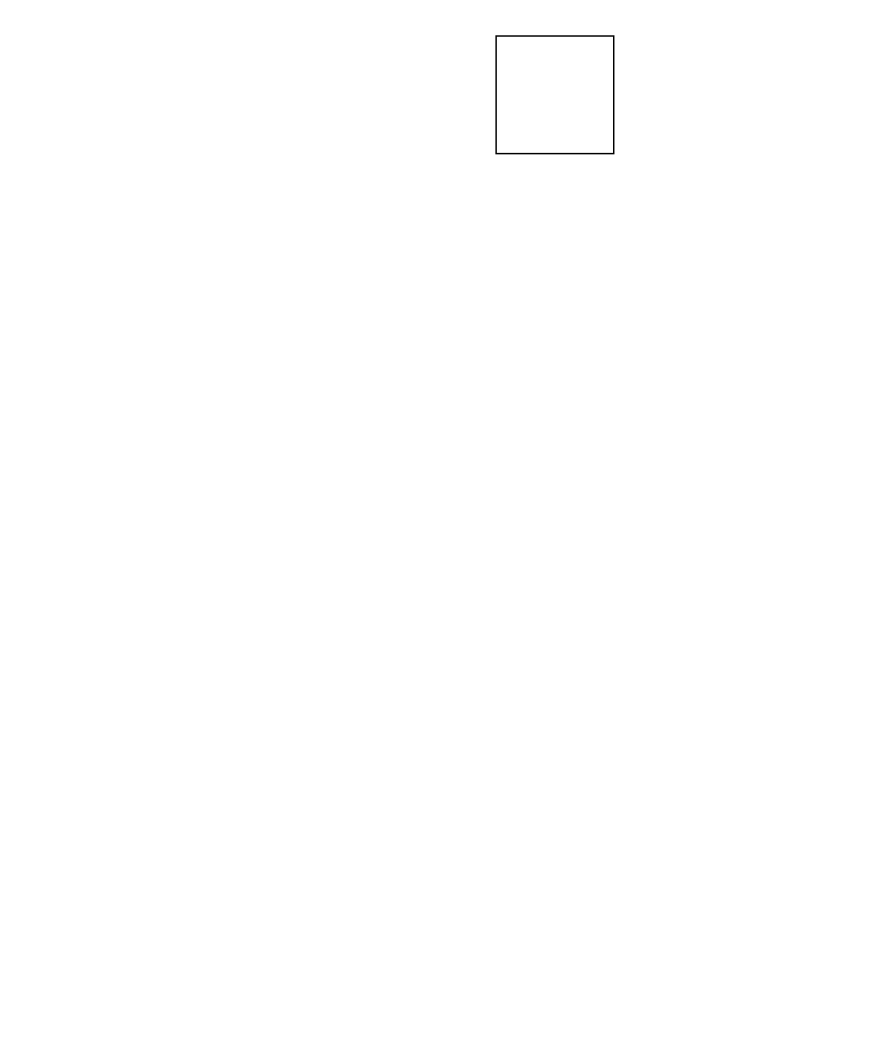
The draw.io diagram Başlıksız Diyagram.drawio in KaanAkcan1/Charts, before the edit. Source tidied: cells renumbered, new cells numbered last; positions are measured from the earlier drawing's top-left corner, leaving out a move shared by most shapes. Both pictures are drawn from the tidied source at 147%, with x=0, y=0 at pixel (495, 35).
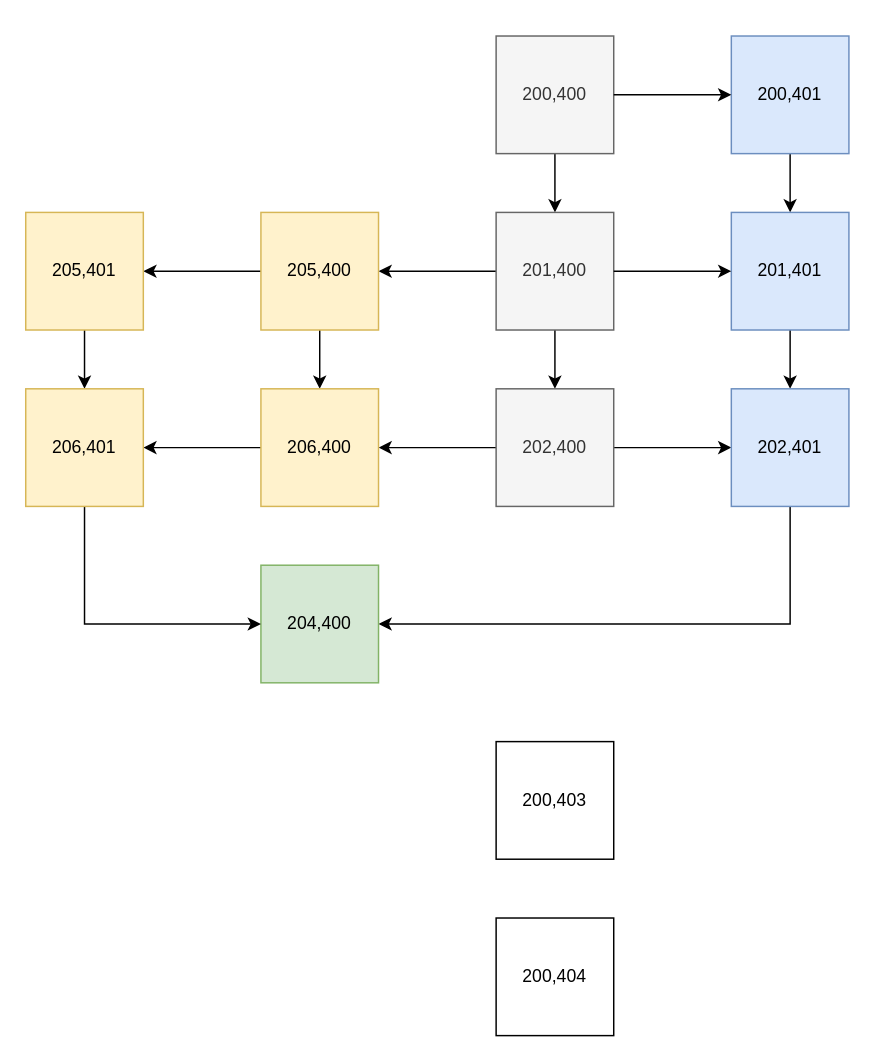
The same diagram, later.

What changed in the source:
```diff
@@
+    <mxCell id="3" style="edgeStyle=orthogonalEdgeStyle;rounded=0;jettySize=auto;html=1;entryX=0.5;entryY=0;entryDx=0;entryDy=0;" parent="1" edge="1" target="9">
+      <mxGeometry relative="1" as="geometry">
+        <mxPoint x="160" y="40" as="sourcePoint" />
+        <Array as="points">
+          <mxPoint x="200" y="40" />
+        </Array>
+      </mxGeometry>
+    </mxCell>
+    <mxCell id="4" style="edgeStyle=orthogonalEdgeStyle;rounded=0;jettySize=auto;html=1;entryX=0.5;entryY=0;entryDx=0;entryDy=0;" parent="1" edge="1" source="2" target="7">
+      <mxGeometry relative="1" as="geometry" />
+    </mxCell>
-    <mxCell id="2" style="whiteSpace=wrap;html=1;" parent="1" vertex="1">
+    <mxCell id="2" value="200,400" style="whiteSpace=wrap;html=1;fillColor=#f5f5f5;fontColor=#333333;strokeColor=#666666;" parent="1" vertex="1">
       <mxGeometry width="80" height="80" as="geometry" />
     </mxCell>
+    <mxCell id="5" style="edgeStyle=orthogonalEdgeStyle;rounded=0;jettySize=auto;html=1;" parent="1" edge="1" source="7" target="12">
+      <mxGeometry relative="1" as="geometry" />
+    </mxCell>
+    <mxCell id="6" style="edgeStyle=orthogonalEdgeStyle;rounded=0;jettySize=auto;html=1;entryX=1;entryY=0.5;entryDx=0;entryDy=0;" parent="1" edge="1" source="7" target="21">
+      <mxGeometry relative="1" as="geometry" />
+    </mxCell>
+    <mxCell id="7" value="201,400" style="whiteSpace=wrap;html=1;fillColor=#f5f5f5;fontColor=#333333;strokeColor=#666666;" parent="1" vertex="1">
+      <mxGeometry y="120" width="80" height="80" as="geometry" />
+    </mxCell>
+    <mxCell id="8" style="edgeStyle=orthogonalEdgeStyle;rounded=0;jettySize=auto;html=1;" parent="1" edge="1" source="9" target="14">
+      <mxGeometry relative="1" as="geometry" />
+    </mxCell>
+    <mxCell id="9" value="200,401" style="whiteSpace=wrap;html=1;fillColor=#dae8fc;strokeColor=#6c8ebf;" parent="1" vertex="1">
+      <mxGeometry x="160" width="80" height="80" as="geometry" />
+    </mxCell>
+    <mxCell id="10" style="edgeStyle=orthogonalEdgeStyle;rounded=0;jettySize=auto;html=1;" parent="1" edge="1" source="12" target="16">
+      <mxGeometry relative="1" as="geometry" />
+    </mxCell>
+    <mxCell id="11" style="edgeStyle=orthogonalEdgeStyle;rounded=0;jettySize=auto;html=1;entryX=1;entryY=0.5;entryDx=0;entryDy=0;" parent="1" edge="1" source="12" target="23">
+      <mxGeometry relative="1" as="geometry" />
+    </mxCell>
+    <mxCell id="12" value="202,400" style="whiteSpace=wrap;html=1;fillColor=#f5f5f5;fontColor=#333333;strokeColor=#666666;" parent="1" vertex="1">
+      <mxGeometry y="240" width="80" height="80" as="geometry" />
+    </mxCell>
+    <mxCell id="13" style="edgeStyle=orthogonalEdgeStyle;rounded=0;jettySize=auto;html=1;" parent="1" edge="1" source="14" target="16">
+      <mxGeometry relative="1" as="geometry" />
+    </mxCell>
+    <mxCell id="14" value="201,401" style="whiteSpace=wrap;html=1;fillColor=#dae8fc;strokeColor=#6c8ebf;" parent="1" vertex="1">
+      <mxGeometry x="160" y="120" width="80" height="80" as="geometry" />
+    </mxCell>
+    <mxCell id="15" style="edgeStyle=orthogonalEdgeStyle;rounded=0;jettySize=auto;html=1;entryX=1;entryY=0.5;entryDx=0;entryDy=0;" parent="1" edge="1" source="16" target="17">
+      <mxGeometry relative="1" as="geometry">
+        <Array as="points">
+          <mxPoint x="200" y="400" />
+        </Array>
+      </mxGeometry>
+    </mxCell>
+    <mxCell id="16" value="202,401" style="whiteSpace=wrap;html=1;fillColor=#dae8fc;strokeColor=#6c8ebf;" parent="1" vertex="1">
+      <mxGeometry x="160" y="240" width="80" height="80" as="geometry" />
+    </mxCell>
+    <mxCell id="17" value="204,400" style="whiteSpace=wrap;html=1;fillColor=#d5e8d4;strokeColor=#82b366;" parent="1" vertex="1">
+      <mxGeometry x="-160" y="360" width="80" height="80" as="geometry" />
+    </mxCell>
+    <mxCell id="18" style="edgeStyle=orthogonalEdgeStyle;rounded=0;jettySize=auto;html=1;entryX=0;entryY=0.5;entryDx=0;entryDy=0;" parent="1" edge="1" source="7" target="14">
+      <mxGeometry relative="1" as="geometry">
+        <Array as="points">
+          <mxPoint x="140" y="160" />
+          <mxPoint x="140" y="160" />
+        </Array>
+      </mxGeometry>
+    </mxCell>
+    <mxCell id="19" style="edgeStyle=orthogonalEdgeStyle;rounded=0;jettySize=auto;html=1;" parent="1" edge="1" source="21" target="23">
+      <mxGeometry relative="1" as="geometry" />
+    </mxCell>
+    <mxCell id="20" style="edgeStyle=orthogonalEdgeStyle;rounded=0;jettySize=auto;html=1;entryX=1;entryY=0.5;entryDx=0;entryDy=0;" parent="1" edge="1" source="21" target="25">
+      <mxGeometry relative="1" as="geometry" />
+    </mxCell>
+    <mxCell id="21" value="205,400" style="whiteSpace=wrap;html=1;fillColor=#fff2cc;strokeColor=#d6b656;" parent="1" vertex="1">
+      <mxGeometry x="-160" y="120" width="80" height="80" as="geometry" />
+    </mxCell>
+    <mxCell id="22" style="edgeStyle=orthogonalEdgeStyle;rounded=0;jettySize=auto;html=1;" parent="1" edge="1" source="23" target="27">
+      <mxGeometry relative="1" as="geometry" />
+    </mxCell>
+    <mxCell id="23" value="206,400" style="whiteSpace=wrap;html=1;fillColor=#fff2cc;strokeColor=#d6b656;" parent="1" vertex="1">
+      <mxGeometry x="-160" y="240" width="80" height="80" as="geometry" />
+    </mxCell>
+    <mxCell id="24" style="edgeStyle=orthogonalEdgeStyle;rounded=0;jettySize=auto;html=1;" parent="1" edge="1" source="25" target="27">
+      <mxGeometry relative="1" as="geometry" />
+    </mxCell>
+    <mxCell id="25" value="205,401" style="whiteSpace=wrap;html=1;fillColor=#fff2cc;strokeColor=#d6b656;" parent="1" vertex="1">
+      <mxGeometry x="-320" y="120" width="80" height="80" as="geometry" />
+    </mxCell>
+    <mxCell id="26" style="edgeStyle=orthogonalEdgeStyle;rounded=0;jettySize=auto;html=1;entryX=0;entryY=0.5;entryDx=0;entryDy=0;" parent="1" edge="1" source="27" target="17">
+      <mxGeometry relative="1" as="geometry">
+        <Array as="points">
+          <mxPoint x="-280" y="400" />
+        </Array>
+      </mxGeometry>
+    </mxCell>
+    <mxCell id="27" value="206,401" style="whiteSpace=wrap;html=1;fillColor=#fff2cc;strokeColor=#d6b656;" parent="1" vertex="1">
+      <mxGeometry x="-320" y="240" width="80" height="80" as="geometry" />
+    </mxCell>
+    <mxCell id="28" style="edgeStyle=orthogonalEdgeStyle;rounded=0;jettySize=auto;html=1;entryX=0;entryY=0.5;entryDx=0;entryDy=0;" parent="1" edge="1" source="2" target="9">
+      <mxGeometry relative="1" as="geometry" />
+    </mxCell>
+    <mxCell id="29" value="200,403" style="whiteSpace=wrap;html=1;" parent="1" vertex="1">
+      <mxGeometry y="480" width="80" height="80" as="geometry" />
+    </mxCell>
+    <mxCell id="30" value="200,404" style="whiteSpace=wrap;html=1;" parent="1" vertex="1">
+      <mxGeometry y="600" width="80" height="80" as="geometry" />
+    </mxCell>
```
